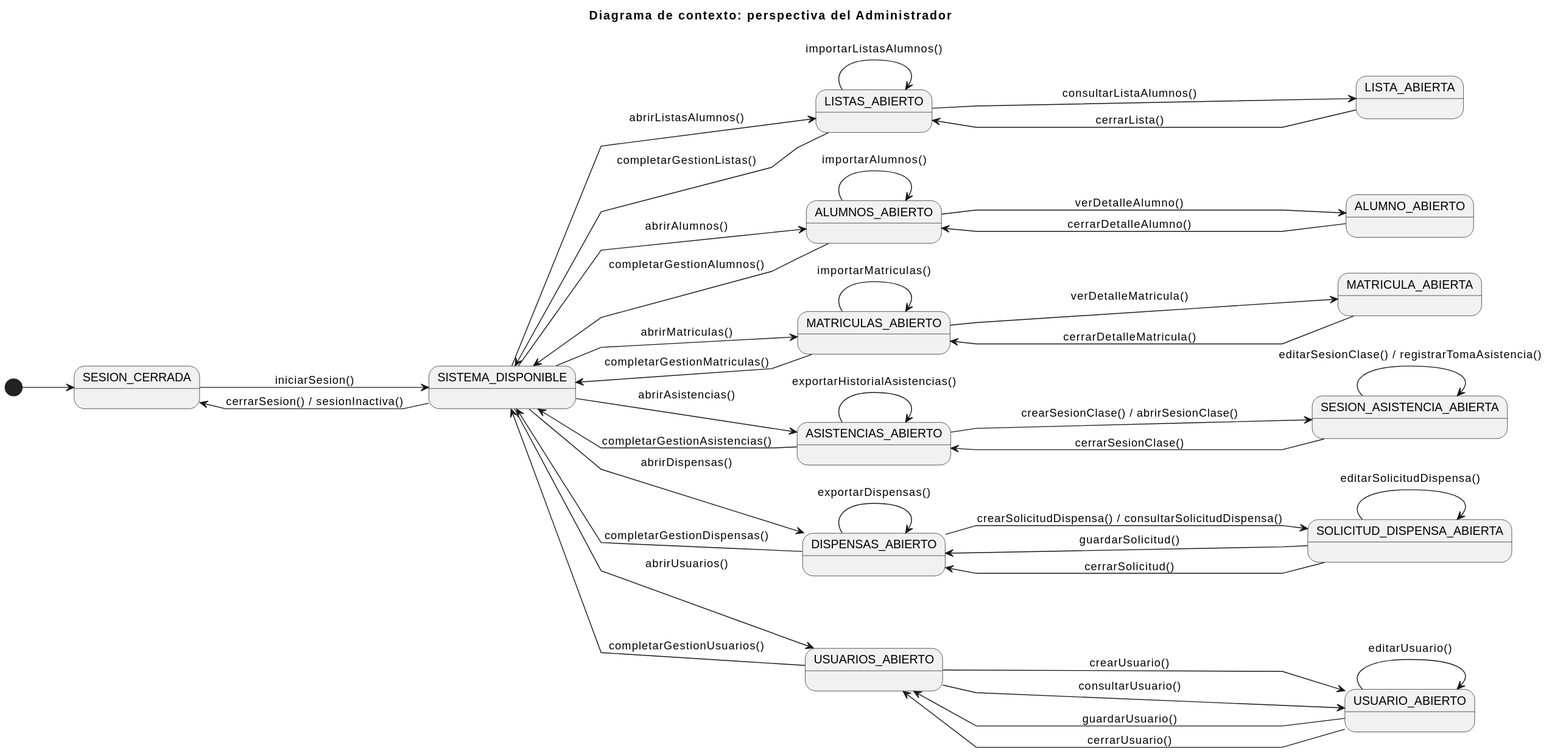
Above: documents/CasosDeUso/DiagramaDeContexto/DiagramaDeContexto.svg in enmabry/25-26-IdSw1-SdR (PlantUML), before the change.
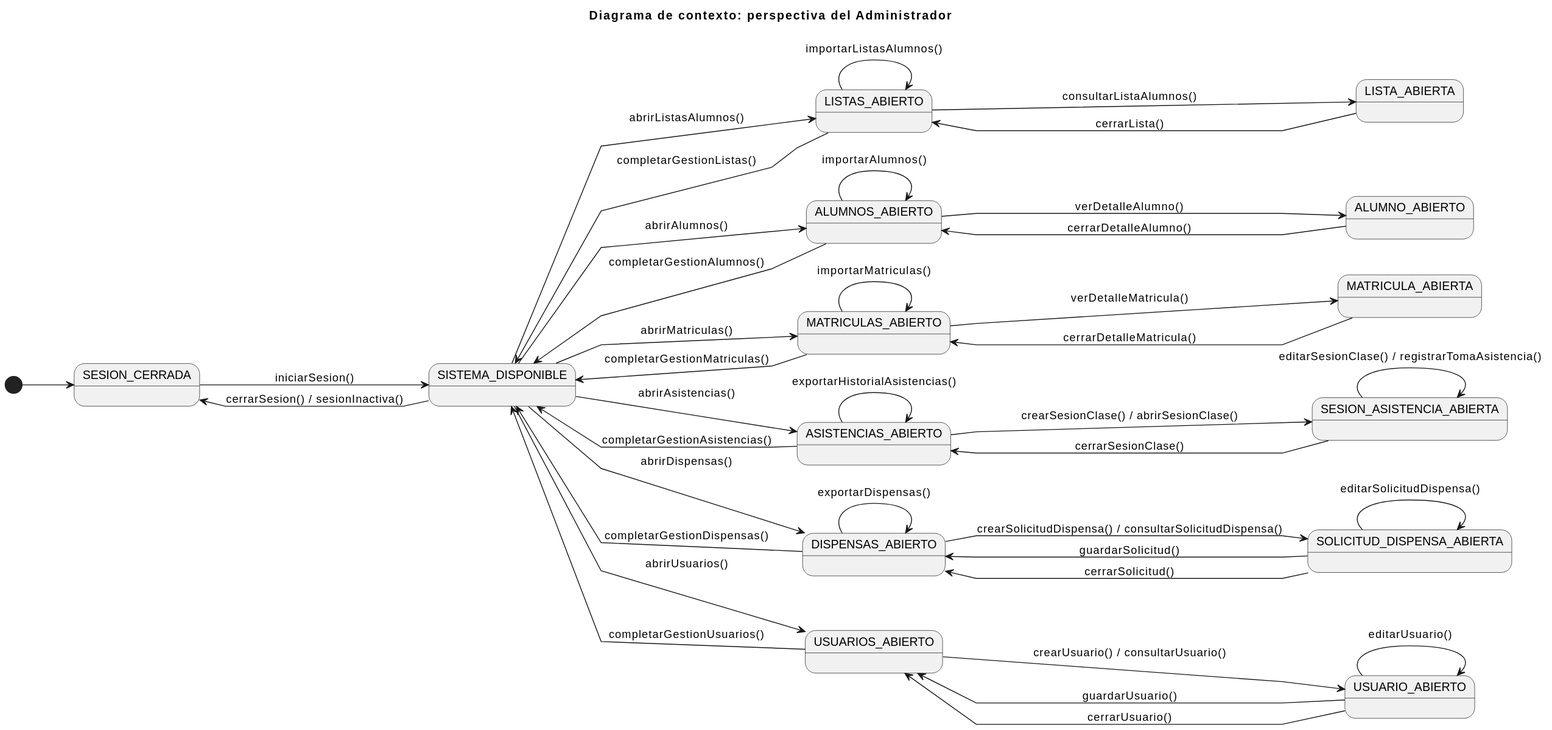
The same diagram one commit later.

What changed in the source:
```diff
@@ -54,8 +54,7 @@
 SISTEMA_DISPONIBLE --> USUARIOS_ABIERTO : abrirUsuarios()
 USUARIOS_ABIERTO --> SISTEMA_DISPONIBLE : completarGestionUsuarios()
 
-USUARIOS_ABIERTO --> USUARIO_ABIERTO : crearUsuario()
-USUARIOS_ABIERTO --> USUARIO_ABIERTO : consultarUsuario()
+USUARIOS_ABIERTO --> USUARIO_ABIERTO : crearUsuario() / consultarUsuario()
 
 USUARIO_ABIERTO --> USUARIO_ABIERTO   : editarUsuario()
 USUARIO_ABIERTO --> USUARIOS_ABIERTO  : guardarUsuario()
```
